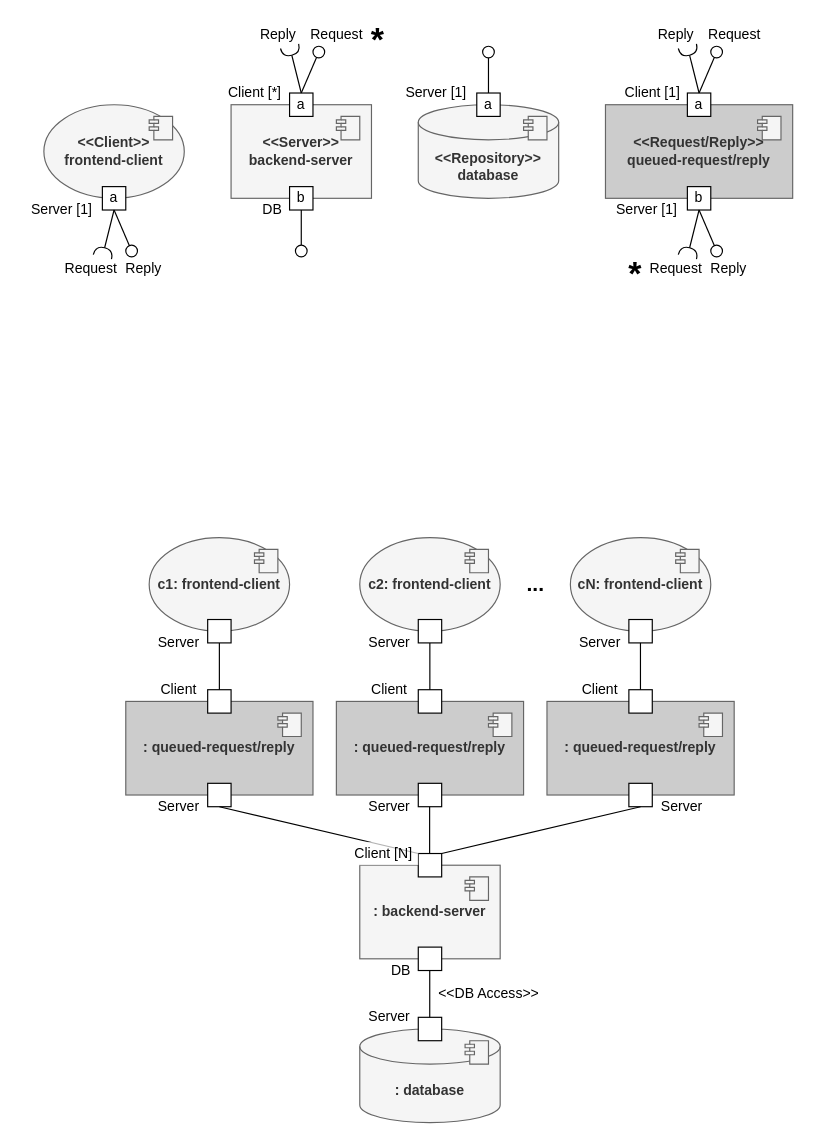
Earlier version of the draw.io diagram documentation/draw.io projects/C&C View Primary Presentation.drawio (dmmnjaws/ASoft-2020-2021-quizzes-tutor-arquitecture-documentation). Source tidied: cells renumbered, new cells numbered last; positions are measured from the earlier drawing's top-left corner, leaving out a move shared by most shapes. Both pictures are drawn from the tidied source at 117%, with x=0, y=0 at pixel (20, 22).
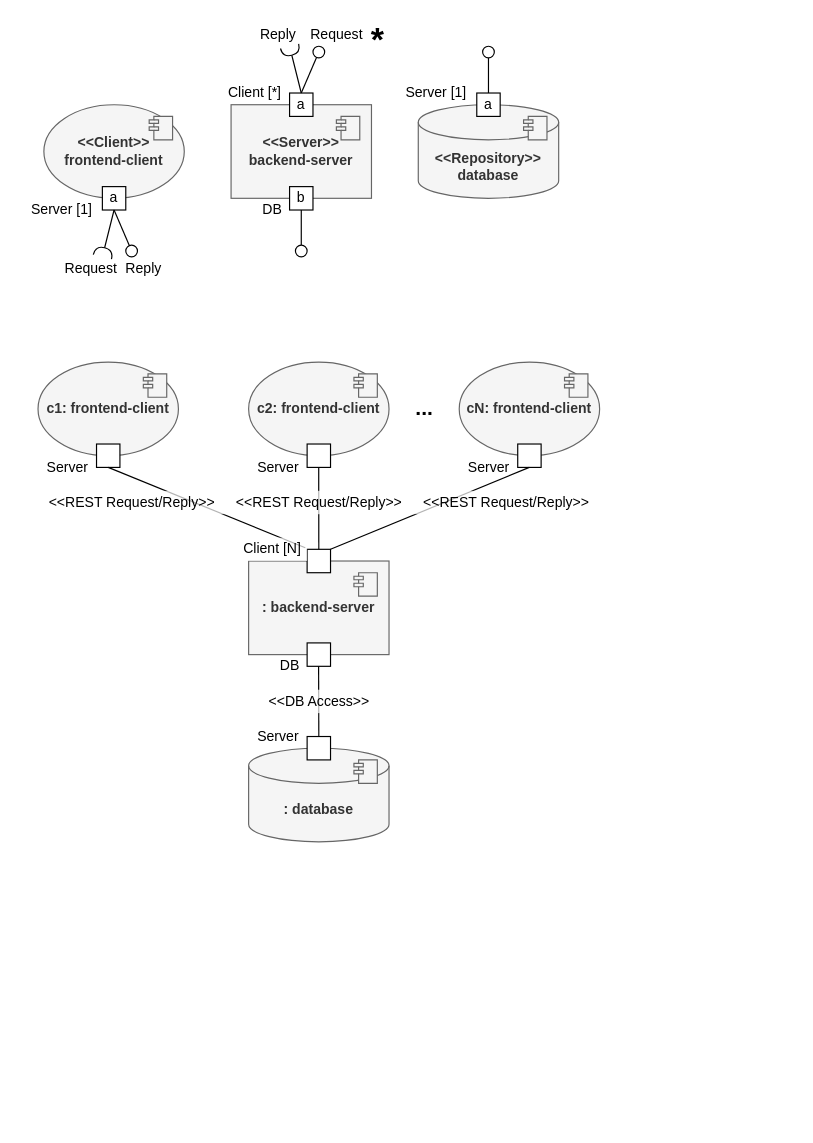
The same diagram, later.

Commit message (it also covers changes not shown here):
altered the C&C View based on the discussion with the professor

Diff of the diagram source:
```diff
@@
-    <mxCell id="30" value="&amp;lt;&amp;lt;Request/Reply&amp;gt;&amp;gt;&lt;br&gt;queued-request/reply" style="rounded=0;whiteSpace=wrap;html=1;strokeColor=#666666;fontColor=#333333;fontStyle=1;fillColor=#CCCCCC;" parent="1" vertex="1">
-      <mxGeometry x="500" y="70" width="160" height="80" as="geometry" />
-    </mxCell>
-    <mxCell id="31" style="shape=module;align=left;spacingLeft=20;align=center;verticalAlign=top;jettyWidth=8;jettyHeight=3;fillColor=#f5f5f5;strokeColor=#666666;fontColor=#333333;" parent="1" vertex="1">
-      <mxGeometry x="630" y="80" width="20" height="20" as="geometry" />
-    </mxCell>
-    <mxCell id="32" value="a" style="whiteSpace=wrap;html=1;" parent="1" vertex="1">
-      <mxGeometry x="570" y="60" width="20" height="20" as="geometry" />
-    </mxCell>
-    <mxCell id="33" style="rounded=0;jettySize=auto;html=1;endArrow=none;endFill=0;exitX=0.5;exitY=0;exitDx=0;exitDy=0;" parent="1" edge="1" source="32" target="34">
-      <mxGeometry relative="1" as="geometry" />
-    </mxCell>
-    <mxCell id="34" style="ellipse;whiteSpace=wrap;html=1;fontFamily=Helvetica;fontSize=12;fontColor=#000000;align=center;strokeColor=#000000;fillColor=#ffffff;points=[];" parent="1" vertex="1">
-      <mxGeometry x="590" y="20" width="10" height="10" as="geometry" />
-    </mxCell>
-    <mxCell id="35" style="rounded=0;jettySize=auto;html=1;endArrow=halfCircle;endFill=0;endSize=6;strokeWidth=1;exitX=0.5;exitY=0;exitDx=0;exitDy=0;" parent="1" edge="1" source="32">
-      <mxGeometry relative="1" as="geometry">
-        <mxPoint x="570" y="20" as="targetPoint" />
-      </mxGeometry>
-    </mxCell>
-    <mxCell id="36" value="Client [1]" style="text;html=1;align=center;verticalAlign=middle;" parent="1" vertex="1">
-      <mxGeometry x="510" y="50" width="60" height="20" as="geometry" />
-    </mxCell>
-    <mxCell id="37" value="Reply" style="text;html=1;align=center;verticalAlign=middle;" parent="1" vertex="1">
-      <mxGeometry x="535" width="50" height="20" as="geometry" />
-    </mxCell>
-    <mxCell id="38" value="Request" style="text;html=1;align=center;verticalAlign=middle;" parent="1" vertex="1">
-      <mxGeometry x="580" width="60" height="20" as="geometry" />
-    </mxCell>
-    <mxCell id="39" value="b" style="whiteSpace=wrap;html=1;" parent="1" vertex="1">
-      <mxGeometry x="570" y="140" width="20" height="20" as="geometry" />
-    </mxCell>
-    <mxCell id="40" style="rounded=0;jettySize=auto;html=1;endArrow=none;endFill=0;exitX=0.5;exitY=1;exitDx=0;exitDy=0;" parent="1" edge="1" source="39" target="41">
-      <mxGeometry relative="1" as="geometry" />
-    </mxCell>
-    <mxCell id="41" style="ellipse;whiteSpace=wrap;html=1;fontFamily=Helvetica;fontSize=12;fontColor=#000000;align=center;strokeColor=#000000;fillColor=#ffffff;points=[];" parent="1" vertex="1">
-      <mxGeometry x="590" y="190" width="10" height="10" as="geometry" />
-    </mxCell>
-    <mxCell id="42" style="rounded=0;orthogonalLoop=1;jettySize=auto;html=1;endArrow=halfCircle;endFill=0;endSize=6;strokeWidth=1;" parent="1" edge="1">
-      <mxGeometry relative="1" as="geometry">
-        <mxPoint x="580" y="160" as="sourcePoint" />
-        <mxPoint x="570" y="200" as="targetPoint" />
-      </mxGeometry>
-    </mxCell>
-    <mxCell id="43" value="Server [1]" style="text;html=1;align=center;verticalAlign=middle;" parent="1" vertex="1">
-      <mxGeometry x="500" y="150" width="70" height="20" as="geometry" />
-    </mxCell>
-    <mxCell id="44" value="Request" style="text;html=1;align=center;verticalAlign=middle;" parent="1" vertex="1">
-      <mxGeometry x="530" y="200" width="60" height="20" as="geometry" />
-    </mxCell>
-    <mxCell id="45" value="Reply" style="text;html=1;align=center;verticalAlign=middle;" parent="1" vertex="1">
-      <mxGeometry x="580" y="200" width="50" height="20" as="geometry" />
-    </mxCell>
     <mxCell id="46" value="c1: frontend-client" style="ellipse;whiteSpace=wrap;html=1;fillColor=#f5f5f5;strokeColor=#666666;fontColor=#333333;fontStyle=1;" parent="1" vertex="1">
-      <mxGeometry x="110" y="440" width="120" height="80" as="geometry" />
+      <mxGeometry x="15" y="290" width="120" height="80" as="geometry" />
     </mxCell>
     <mxCell id="47" style="whiteSpace=wrap;html=1;" parent="1" vertex="1">
-      <mxGeometry x="160" y="510" width="20" height="20" as="geometry" />
+      <mxGeometry x="65" y="360" width="20" height="20" as="geometry" />
     </mxCell>
     <mxCell id="48" style="shape=module;align=left;spacingLeft=20;align=center;verticalAlign=top;jettyWidth=8;jettyHeight=3;fillColor=#f5f5f5;strokeColor=#666666;fontColor=#333333;" parent="1" vertex="1">
-      <mxGeometry x="200" y="450" width="20" height="20" as="geometry" />
+      <mxGeometry x="105" y="300" width="20" height="20" as="geometry" />
     </mxCell>
     <mxCell id="49" value="c2: frontend-client" style="ellipse;whiteSpace=wrap;html=1;fillColor=#f5f5f5;strokeColor=#666666;fontColor=#333333;fontStyle=1;" parent="1" vertex="1">
-      <mxGeometry x="290" y="440" width="120" height="80" as="geometry" />
+      <mxGeometry x="195" y="290" width="120" height="80" as="geometry" />
     </mxCell>
     <mxCell id="50" style="whiteSpace=wrap;html=1;" parent="1" vertex="1">
-      <mxGeometry x="340" y="510" width="20" height="20" as="geometry" />
+      <mxGeometry x="245" y="360" width="20" height="20" as="geometry" />
     </mxCell>
     <mxCell id="51" style="shape=module;align=left;spacingLeft=20;align=center;verticalAlign=top;jettyWidth=8;jettyHeight=3;fillColor=#f5f5f5;strokeColor=#666666;fontColor=#333333;" parent="1" vertex="1">
-      <mxGeometry x="380" y="450" width="20" height="20" as="geometry" />
+      <mxGeometry x="285" y="300" width="20" height="20" as="geometry" />
     </mxCell>
     <mxCell id="52" value="cN: frontend-client" style="ellipse;whiteSpace=wrap;html=1;fillColor=#f5f5f5;strokeColor=#666666;fontColor=#333333;fontStyle=1;" parent="1" vertex="1">
-      <mxGeometry x="470" y="440" width="120" height="80" as="geometry" />
+      <mxGeometry x="375" y="290" width="120" height="80" as="geometry" />
     </mxCell>
     <mxCell id="53" style="whiteSpace=wrap;html=1;" parent="1" vertex="1">
-      <mxGeometry x="520" y="510" width="20" height="20" as="geometry" />
+      <mxGeometry x="425" y="360" width="20" height="20" as="geometry" />
     </mxCell>
     <mxCell id="54" style="shape=module;align=left;spacingLeft=20;align=center;verticalAlign=top;jettyWidth=8;jettyHeight=3;fillColor=#f5f5f5;strokeColor=#666666;fontColor=#333333;" parent="1" vertex="1">
-      <mxGeometry x="560" y="450" width="20" height="20" as="geometry" />
+      <mxGeometry x="465" y="300" width="20" height="20" as="geometry" />
     </mxCell>
     <mxCell id="55" value=": backend-server" style="rounded=0;whiteSpace=wrap;html=1;fillColor=#f5f5f5;strokeColor=#666666;fontColor=#333333;fontStyle=1;" parent="1" vertex="1">
-      <mxGeometry x="290" y="720" width="120" height="80" as="geometry" />
+      <mxGeometry x="195" y="460" width="120" height="80" as="geometry" />
     </mxCell>
     <mxCell id="56" style="shape=module;align=left;spacingLeft=20;align=center;verticalAlign=top;jettyWidth=8;jettyHeight=3;fillColor=#f5f5f5;strokeColor=#666666;fontColor=#333333;" parent="1" vertex="1">
-      <mxGeometry x="380" y="730" width="20" height="20" as="geometry" />
+      <mxGeometry x="285" y="470" width="20" height="20" as="geometry" />
     </mxCell>
     <mxCell id="57" style="whiteSpace=wrap;html=1;" parent="1" vertex="1">
-      <mxGeometry x="340" y="710" width="20" height="20" as="geometry" />
+      <mxGeometry x="245" y="450" width="20" height="20" as="geometry" />
     </mxCell>
     <mxCell id="58" style="whiteSpace=wrap;html=1;" parent="1" vertex="1">
-      <mxGeometry x="340" y="790" width="20" height="20" as="geometry" />
+      <mxGeometry x="245" y="530" width="20" height="20" as="geometry" />
     </mxCell>
-    <mxCell id="59" value=": queued-request/reply" style="rounded=0;whiteSpace=wrap;html=1;strokeColor=#666666;fontColor=#333333;fontStyle=1;fillColor=#CCCCCC;" parent="1" vertex="1">
-      <mxGeometry x="450" y="580" width="160" height="80" as="geometry" />
-    </mxCell>
-    <mxCell id="60" style="shape=module;align=left;spacingLeft=20;align=center;verticalAlign=top;jettyWidth=8;jettyHeight=3;fillColor=#f5f5f5;strokeColor=#666666;fontColor=#333333;" parent="1" vertex="1">
-      <mxGeometry x="580" y="590" width="20" height="20" as="geometry" />
-    </mxCell>
-    <mxCell id="61" style="whiteSpace=wrap;html=1;" parent="1" vertex="1">
-      <mxGeometry x="520" y="570" width="20" height="20" as="geometry" />
-    </mxCell>
-    <mxCell id="62" style="whiteSpace=wrap;html=1;" parent="1" vertex="1">
-      <mxGeometry x="520" y="650" width="20" height="20" as="geometry" />
-    </mxCell>
-    <mxCell id="63" value=": queued-request/reply" style="rounded=0;whiteSpace=wrap;html=1;strokeColor=#666666;fontColor=#333333;fontStyle=1;fillColor=#CCCCCC;" parent="1" vertex="1">
-      <mxGeometry x="270" y="580" width="160" height="80" as="geometry" />
-    </mxCell>
-    <mxCell id="64" style="shape=module;align=left;spacingLeft=20;align=center;verticalAlign=top;jettyWidth=8;jettyHeight=3;fillColor=#f5f5f5;strokeColor=#666666;fontColor=#333333;" parent="1" vertex="1">
-      <mxGeometry x="400" y="590" width="20" height="20" as="geometry" />
-    </mxCell>
-    <mxCell id="65" style="whiteSpace=wrap;html=1;" parent="1" vertex="1">
-      <mxGeometry x="340" y="570" width="20" height="20" as="geometry" />
-    </mxCell>
-    <mxCell id="66" style="whiteSpace=wrap;html=1;" parent="1" vertex="1">
-      <mxGeometry x="340" y="650" width="20" height="20" as="geometry" />
-    </mxCell>
-    <mxCell id="67" value=": queued-request/reply" style="rounded=0;whiteSpace=wrap;html=1;strokeColor=#666666;fontColor=#333333;fontStyle=1;fillColor=#CCCCCC;" parent="1" vertex="1">
-      <mxGeometry x="90" y="580" width="160" height="80" as="geometry" />
-    </mxCell>
-    <mxCell id="68" style="shape=module;align=left;spacingLeft=20;align=center;verticalAlign=top;jettyWidth=8;jettyHeight=3;fillColor=#f5f5f5;strokeColor=#666666;fontColor=#333333;" parent="1" vertex="1">
-      <mxGeometry x="220" y="590" width="20" height="20" as="geometry" />
-    </mxCell>
-    <mxCell id="69" style="whiteSpace=wrap;html=1;" parent="1" vertex="1">
-      <mxGeometry x="160" y="570" width="20" height="20" as="geometry" />
-    </mxCell>
-    <mxCell id="70" style="whiteSpace=wrap;html=1;" parent="1" vertex="1">
-      <mxGeometry x="160" y="650" width="20" height="20" as="geometry" />
-    </mxCell>
     <mxCell id="71" value="&lt;b&gt;&lt;font style=&quot;font-size: 18px&quot;&gt;...&lt;/font&gt;&lt;/b&gt;" style="text;html=1;align=center;verticalAlign=middle;" parent="1" vertex="1">
-      <mxGeometry x="425" y="470" width="30" height="20" as="geometry" />
+      <mxGeometry x="330" y="320" width="30" height="20" as="geometry" />
     </mxCell>
-    <mxCell id="72" style="endArrow=none;html=1;exitX=0.5;exitY=0;exitDx=0;exitDy=0;entryX=0.5;entryY=1;entryDx=0;entryDy=0;" parent="1" edge="1" source="69" target="47">
+    <mxCell id="72" style="endArrow=none;html=1;entryX=0.5;entryY=1;entryDx=0;entryDy=0;exitX=-0.079;exitY=-0.069;exitDx=0;exitDy=0;exitPerimeter=0;" parent="1" edge="1" source="57" target="47">
       <mxGeometry relative="1" as="geometry" />
     </mxCell>
-    <mxCell id="73" style="endArrow=none;html=1;exitX=0.5;exitY=0;exitDx=0;exitDy=0;entryX=0.5;entryY=1;entryDx=0;entryDy=0;" parent="1" edge="1">
+    <mxCell id="73" style="endArrow=none;html=1;exitX=0.5;exitY=0;exitDx=0;exitDy=0;entryX=0.5;entryY=1;entryDx=0;entryDy=0;" parent="1" edge="1" source="57">
       <mxGeometry relative="1" as="geometry">
-        <mxPoint x="349.9" y="570" as="sourcePoint" />
-        <mxPoint x="349.9" y="530" as="targetPoint" />
+        <mxPoint x="254.9" y="380" as="targetPoint" />
       </mxGeometry>
     </mxCell>
-    <mxCell id="74" style="endArrow=none;html=1;exitX=0.5;exitY=0;exitDx=0;exitDy=0;entryX=0.5;entryY=1;entryDx=0;entryDy=0;" parent="1" edge="1">
+    <mxCell id="74" style="endArrow=none;html=1;exitX=1;exitY=0;exitDx=0;exitDy=0;entryX=0.5;entryY=1;entryDx=0;entryDy=0;" parent="1" edge="1" source="57">
       <mxGeometry relative="1" as="geometry">
-        <mxPoint x="529.9" y="570" as="sourcePoint" />
-        <mxPoint x="529.9" y="530" as="targetPoint" />
+        <mxPoint x="434.9" y="380" as="targetPoint" />
       </mxGeometry>
     </mxCell>
-    <mxCell id="75" style="endArrow=none;html=1;exitX=0.5;exitY=0;exitDx=0;exitDy=0;entryX=0.5;entryY=1;entryDx=0;entryDy=0;" parent="1" edge="1">
-      <mxGeometry relative="1" as="geometry">
-        <mxPoint x="349.7" y="710" as="sourcePoint" />
-        <mxPoint x="349.7" y="670" as="targetPoint" />
-      </mxGeometry>
-    </mxCell>
-    <mxCell id="76" style="endArrow=none;html=1;exitX=0.5;exitY=0;exitDx=0;exitDy=0;entryX=0.5;entryY=1;entryDx=0;entryDy=0;" parent="1" edge="1" target="62">
-      <mxGeometry relative="1" as="geometry">
-        <mxPoint x="360" y="710" as="sourcePoint" />
-      </mxGeometry>
-    </mxCell>
-    <mxCell id="77" style="endArrow=none;html=1;exitX=0.5;exitY=0;exitDx=0;exitDy=0;entryX=0.5;entryY=1;entryDx=0;entryDy=0;" parent="1" edge="1" target="70">
-      <mxGeometry relative="1" as="geometry">
-        <mxPoint x="340" y="710" as="sourcePoint" />
-      </mxGeometry>
-    </mxCell>
     <mxCell id="78" value=": database" style="shape=cylinder3;whiteSpace=wrap;html=1;boundedLbl=1;backgroundOutline=1;size=15;fillColor=#f5f5f5;strokeColor=#666666;fontColor=#333333;fontStyle=1;" parent="1" vertex="1">
-      <mxGeometry x="290" y="860" width="120" height="80" as="geometry" />
+      <mxGeometry x="195" y="620" width="120" height="80" as="geometry" />
     </mxCell>
     <mxCell id="79" style="shape=module;align=left;spacingLeft=20;align=center;verticalAlign=top;jettyWidth=8;jettyHeight=3;fillColor=#f5f5f5;strokeColor=#666666;fontColor=#333333;" parent="1" vertex="1">
-      <mxGeometry x="380" y="870" width="20" height="20" as="geometry" />
+      <mxGeometry x="285" y="630" width="20" height="20" as="geometry" />
     </mxCell>
     <mxCell id="80" style="whiteSpace=wrap;html=1;" parent="1" vertex="1">
-      <mxGeometry x="340" y="850" width="20" height="20" as="geometry" />
+      <mxGeometry x="245" y="610" width="20" height="20" as="geometry" />
     </mxCell>
-    <mxCell id="81" style="endArrow=none;html=1;exitX=0.5;exitY=0;exitDx=0;exitDy=0;entryX=0.5;entryY=1;entryDx=0;entryDy=0;" parent="1" edge="1">
+    <mxCell id="81" style="endArrow=none;html=1;exitX=0.5;exitY=0;exitDx=0;exitDy=0;entryX=0.5;entryY=1;entryDx=0;entryDy=0;" parent="1" edge="1" source="80">
       <mxGeometry relative="1" as="geometry">
-        <mxPoint x="349.8" y="850" as="sourcePoint" />
-        <mxPoint x="349.8" y="810" as="targetPoint" />
+        <mxPoint x="254.8" y="550" as="targetPoint" />
       </mxGeometry>
     </mxCell>
     <mxCell id="82" value="Server" style="text;html=1;align=center;verticalAlign=middle;" parent="1" vertex="1">
-      <mxGeometry x="110" y="520" width="50" height="20" as="geometry" />
+      <mxGeometry x="15" y="370" width="50" height="20" as="geometry" />
     </mxCell>
     <mxCell id="83" value="Server" style="text;html=1;align=center;verticalAlign=middle;" parent="1" vertex="1">
-      <mxGeometry x="290" y="520" width="50" height="20" as="geometry" />
+      <mxGeometry x="195" y="370" width="50" height="20" as="geometry" />
     </mxCell>
     <mxCell id="84" value="Server" style="text;html=1;align=center;verticalAlign=middle;" parent="1" vertex="1">
-      <mxGeometry x="470" y="520" width="50" height="20" as="geometry" />
+      <mxGeometry x="375" y="370" width="50" height="20" as="geometry" />
     </mxCell>
-    <mxCell id="85" value="Client" style="text;html=1;align=center;verticalAlign=middle;" parent="1" vertex="1">
-      <mxGeometry x="110" y="560" width="50" height="20" as="geometry" />
-    </mxCell>
-    <mxCell id="86" value="Client" style="text;html=1;align=center;verticalAlign=middle;" parent="1" vertex="1">
-      <mxGeometry x="290" y="560" width="50" height="20" as="geometry" />
-    </mxCell>
-    <mxCell id="87" value="Client" style="text;html=1;align=center;verticalAlign=middle;" parent="1" vertex="1">
-      <mxGeometry x="470" y="560" width="50" height="20" as="geometry" />
-    </mxCell>
-    <mxCell id="88" value="Server" style="text;html=1;align=center;verticalAlign=middle;" parent="1" vertex="1">
-      <mxGeometry x="110" y="660" width="50" height="20" as="geometry" />
-    </mxCell>
-    <mxCell id="89" value="Server" style="text;html=1;align=center;verticalAlign=middle;" parent="1" vertex="1">
-      <mxGeometry x="290" y="660" width="50" height="20" as="geometry" />
-    </mxCell>
-    <mxCell id="90" value="Server" style="text;html=1;align=center;verticalAlign=middle;" parent="1" vertex="1">
-      <mxGeometry x="540" y="660" width="50" height="20" as="geometry" />
-    </mxCell>
     <mxCell id="91" value="Client [N]" style="text;html=1;align=center;verticalAlign=middle;fillColor=#ffffff;opacity=70;" parent="1" vertex="1">
-      <mxGeometry x="280" y="700" width="60" height="20" as="geometry" />
+      <mxGeometry x="185" y="440" width="60" height="20" as="geometry" />
     </mxCell>
     <mxCell id="92" value="DB" style="text;html=1;align=center;verticalAlign=middle;" parent="1" vertex="1">
-      <mxGeometry x="310" y="800" width="30" height="20" as="geometry" />
+      <mxGeometry x="215" y="540" width="30" height="20" as="geometry" />
     </mxCell>
     <mxCell id="93" value="Server" style="text;html=1;align=center;verticalAlign=middle;" parent="1" vertex="1">
-      <mxGeometry x="290" y="840" width="50" height="20" as="geometry" />
+      <mxGeometry x="195" y="600" width="50" height="20" as="geometry" />
     </mxCell>
-    <mxCell id="94" value="&amp;lt;&amp;lt;DB Access&amp;gt;&amp;gt;" style="text;html=1;align=center;verticalAlign=middle;" parent="1" vertex="1">
-      <mxGeometry x="350" y="820" width="100" height="20" as="geometry" />
+    <mxCell id="94" value="&amp;lt;&amp;lt;DB Access&amp;gt;&amp;gt;" style="text;html=1;align=center;verticalAlign=middle;fillColor=#ffffff;opacity=70;" parent="1" vertex="1">
+      <mxGeometry x="205" y="570" width="100" height="20" as="geometry" />
     </mxCell>
-    <mxCell id="95" value="&lt;b&gt;&lt;font style=&quot;font-size: 29px&quot;&gt;*&lt;/font&gt;&lt;/b&gt;" style="text;html=1;align=center;verticalAlign=middle;" parent="1" vertex="1">
-      <mxGeometry x="510" y="200" width="30" height="30" as="geometry" />
-    </mxCell>
@@
+    <mxCell id="97" value="&amp;lt;&amp;lt;REST Request/Reply&amp;gt;&amp;gt;" style="text;html=1;align=center;verticalAlign=middle;fillColor=#ffffff;opacity=70;" parent="1" vertex="1">
+      <mxGeometry x="175" y="400" width="160" height="20" as="geometry" />
+    </mxCell>
+    <mxCell id="98" value="&amp;lt;&amp;lt;REST Request/Reply&amp;gt;&amp;gt;" style="text;html=1;align=center;verticalAlign=middle;fillColor=#ffffff;opacity=70;" parent="1" vertex="1">
+      <mxGeometry x="15" y="400" width="160" height="20" as="geometry" />
+    </mxCell>
+    <mxCell id="99" value="&amp;lt;&amp;lt;REST Request/Reply&amp;gt;&amp;gt;" style="text;html=1;align=center;verticalAlign=middle;fillColor=#ffffff;opacity=70;" parent="1" vertex="1">
+      <mxGeometry x="335" y="400" width="160" height="20" as="geometry" />
+    </mxCell>
```
